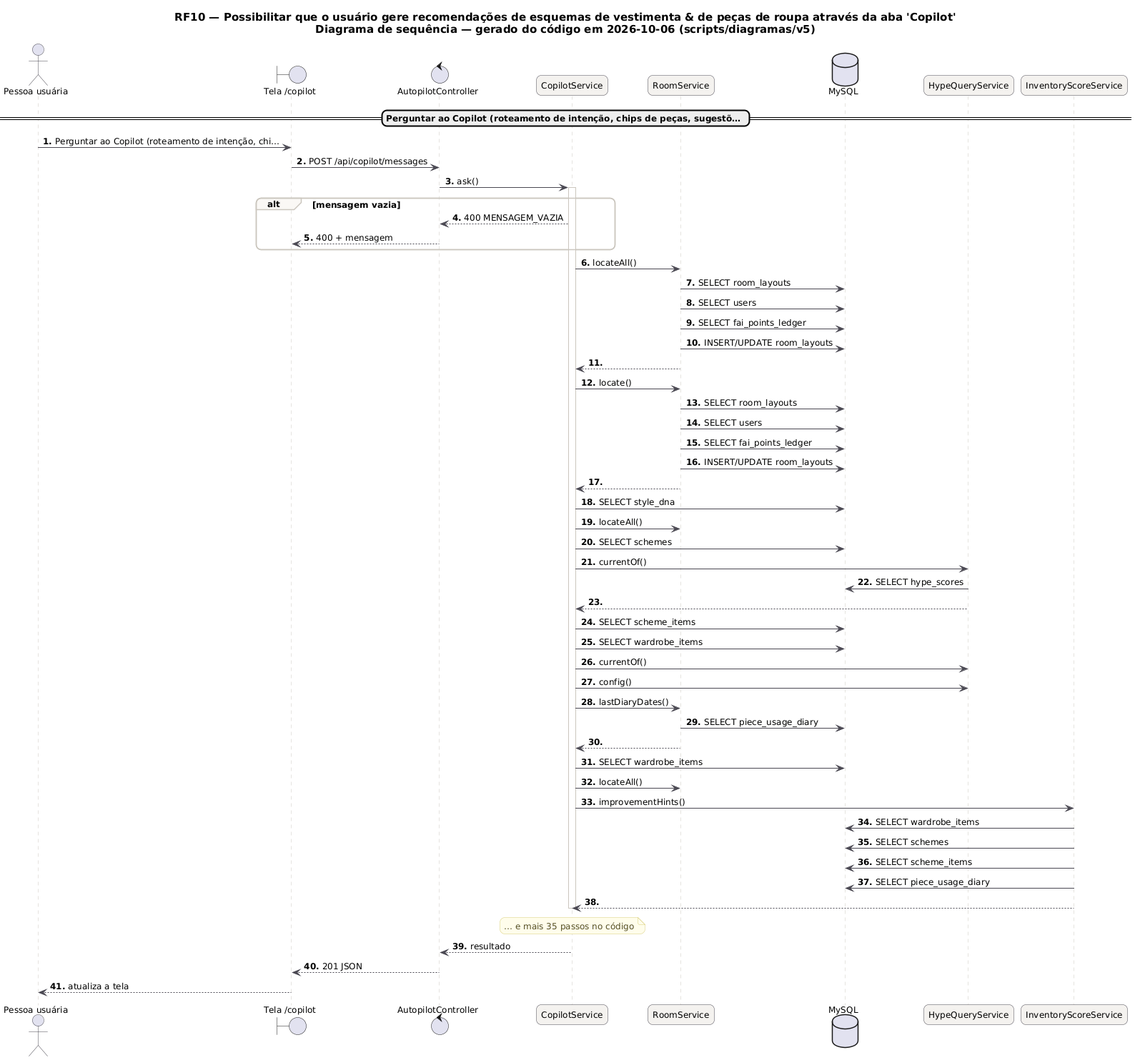
The PlantUML diagram docs/diagramas/RF10/RF10_Sequencia.png in MatheusHaliski/tcc-2026-fashion-ai-backend, before a commit. Source of this version:
```plantuml
@startuml RF10_Sequencia
skinparam backgroundColor #FFFFFF
skinparam shadowing false
skinparam defaultFontName "DejaVu Sans"
skinparam defaultFontSize 12
skinparam titleFontSize 15
skinparam roundcorner 14
skinparam ArrowColor #52606D
skinparam note {
  BackgroundColor #FFFDEB
  BorderColor #D8CE78
  FontColor #554F24
}
skinparam sequence {
  ArrowColor #4A4852
  LifeLineBorderColor #CBC6BE
  ParticipantBackgroundColor #F4F2EF
  ParticipantBorderColor #4A4852
  ActorBorderColor #4A4852
  GroupBorderColor #CBC6BE
  GroupBackgroundColor #FAF8F5
}
autonumber "<b>0."
title RF10 — Possibilitar que o usuário gere recomendações de esquemas de vestimenta & de peças de roupa através da aba 'Copilot'\nDiagrama de sequência — gerado do código em 2026-10-06 (scripts/diagramas/v5)

actor "Pessoa usuária" as U
boundary "Tela /copilot" as P
control "AutopilotController" as AutopilotController
participant "CopilotService" as CopilotService
participant "RoomService" as RoomService
database "MySQL" as DB_MySQL
participant "HypeQueryService" as HypeQueryService
participant "InventoryScoreService" as InventoryScoreService
== Perguntar ao Copilot (roteamento de intenção, chips de peças, sugestõ… ==
U -> P : Perguntar ao Copilot (roteamento de intenção, chi…
P -> AutopilotController : POST /api/copilot/messages
AutopilotController -> CopilotService : ask()
activate CopilotService
alt mensagem vazia
CopilotService --> AutopilotController : 400 MENSAGEM_VAZIA
AutopilotController --> P : 400 + mensagem
end
CopilotService -> RoomService : locateAll()
RoomService -> DB_MySQL : SELECT room_layouts
RoomService -> DB_MySQL : SELECT users
RoomService -> DB_MySQL : SELECT fai_points_ledger
RoomService -> DB_MySQL : INSERT/UPDATE room_layouts
RoomService --> CopilotService
CopilotService -> RoomService : locate()
RoomService -> DB_MySQL : SELECT room_layouts
RoomService -> DB_MySQL : SELECT users
RoomService -> DB_MySQL : SELECT fai_points_ledger
RoomService -> DB_MySQL : INSERT/UPDATE room_layouts
RoomService --> CopilotService
CopilotService -> DB_MySQL : SELECT style_dna
CopilotService -> RoomService : locateAll()
CopilotService -> DB_MySQL : SELECT schemes
CopilotService -> HypeQueryService : currentOf()
HypeQueryService -> DB_MySQL : SELECT hype_scores
HypeQueryService --> CopilotService
CopilotService -> DB_MySQL : SELECT scheme_items
CopilotService -> DB_MySQL : SELECT wardrobe_items
CopilotService -> HypeQueryService : currentOf()
CopilotService -> HypeQueryService : config()
CopilotService -> RoomService : lastDiaryDates()
RoomService -> DB_MySQL : SELECT piece_usage_diary
RoomService --> CopilotService
CopilotService -> DB_MySQL : SELECT wardrobe_items
CopilotService -> RoomService : locateAll()
CopilotService -> InventoryScoreService : improvementHints()
InventoryScoreService -> DB_MySQL : SELECT wardrobe_items
InventoryScoreService -> DB_MySQL : SELECT schemes
InventoryScoreService -> DB_MySQL : SELECT scheme_items
InventoryScoreService -> DB_MySQL : SELECT piece_usage_diary
InventoryScoreService --> CopilotService
note over CopilotService : … e mais 35 passos no código
deactivate CopilotService
CopilotService --> AutopilotController : resultado
AutopilotController --> P : 201 JSON
P --> U : atualiza a tela
@enduml
```
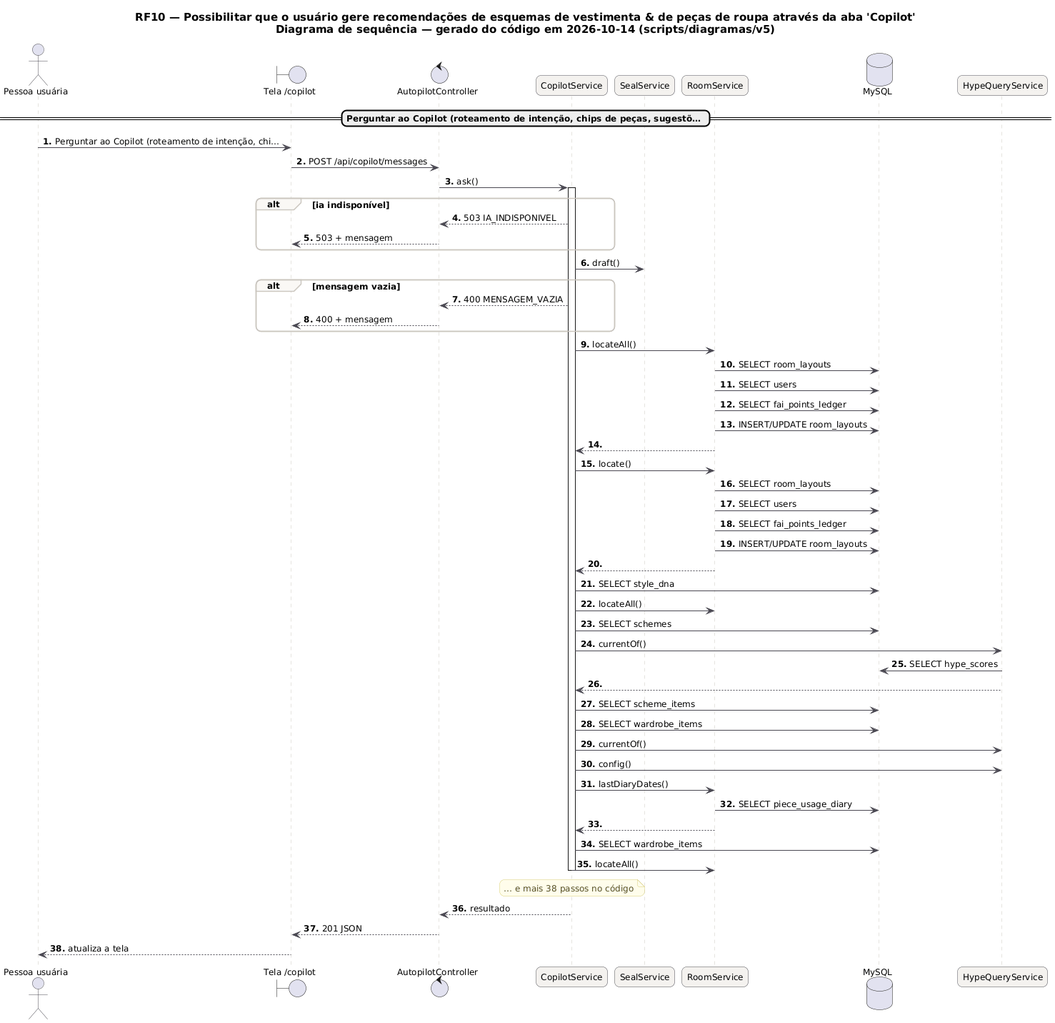
The same file after the commit.

The edit, as a diff of the source:
```diff
@@ -21,21 +21,26 @@
   GroupBackgroundColor #FAF8F5
 }
 autonumber "<b>0."
-title RF10 — Possibilitar que o usuário gere recomendações de esquemas de vestimenta & de peças de roupa através da aba 'Copilot'\nDiagrama de sequência — gerado do código em 2026-10-06 (scripts/diagramas/v5)
+title RF10 — Possibilitar que o usuário gere recomendações de esquemas de vestimenta & de peças de roupa através da aba 'Copilot'\nDiagrama de sequência — gerado do código em 2026-10-14 (scripts/diagramas/v5)
 
 actor "Pessoa usuária" as U
 boundary "Tela /copilot" as P
 control "AutopilotController" as AutopilotController
 participant "CopilotService" as CopilotService
+participant "SealService" as SealService
 participant "RoomService" as RoomService
 database "MySQL" as DB_MySQL
 participant "HypeQueryService" as HypeQueryService
-participant "InventoryScoreService" as InventoryScoreService
 == Perguntar ao Copilot (roteamento de intenção, chips de peças, sugestõ… ==
 U -> P : Perguntar ao Copilot (roteamento de intenção, chi…
 P -> AutopilotController : POST /api/copilot/messages
 AutopilotController -> CopilotService : ask()
 activate CopilotService
+alt ia indisponível
+CopilotService --> AutopilotController : 503 IA_INDISPONIVEL
+AutopilotController --> P : 503 + mensagem
+end
+CopilotService -> SealService : draft()
 alt mensagem vazia
 CopilotService --> AutopilotController : 400 MENSAGEM_VAZIA
 AutopilotController --> P : 400 + mensagem
@@ -67,13 +72,7 @@
 RoomService --> CopilotService
 CopilotService -> DB_MySQL : SELECT wardrobe_items
 CopilotService -> RoomService : locateAll()
-CopilotService -> InventoryScoreService : improvementHints()
-InventoryScoreService -> DB_MySQL : SELECT wardrobe_items
-InventoryScoreService -> DB_MySQL : SELECT schemes
-InventoryScoreService -> DB_MySQL : SELECT scheme_items
-InventoryScoreService -> DB_MySQL : SELECT piece_usage_diary
-InventoryScoreService --> CopilotService
-note over CopilotService : … e mais 35 passos no código
+note over CopilotService : … e mais 38 passos no código
 deactivate CopilotService
 CopilotService --> AutopilotController : resultado
 AutopilotController --> P : 201 JSON
```
